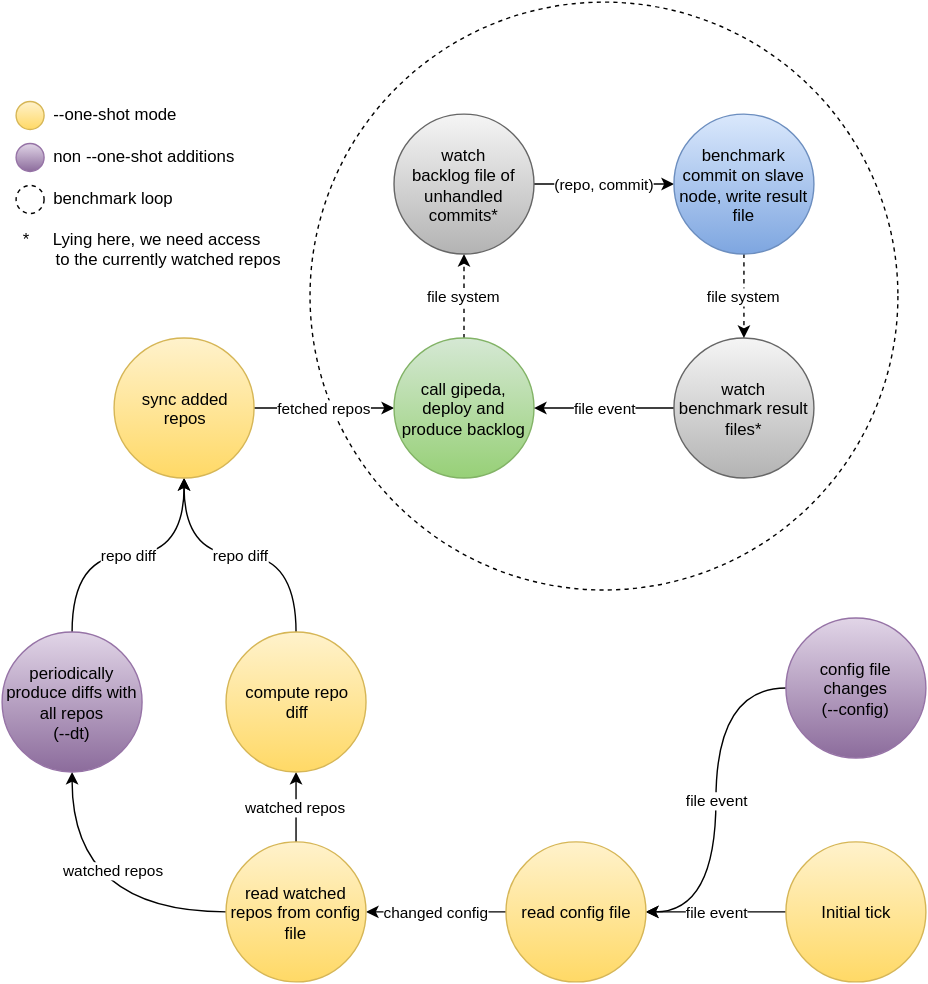
The draw.io diagram docs/images/master.svg in sgraf812/feed-gipeda, before a commit. Source tidied: cells renumbered, new cells last; positions are measured from the earlier drawing's top-left corner, leaving out a move shared by most shapes. The source it was exported from:
```xml
<mxGraphModel background="#ffffff">
  <root>
    <mxCell id="0" />
    <mxCell id="1" parent="0" />
    <mxCell id="2" style="ellipse;whiteSpace=wrap;html=1;fillColor=#FFFFFF;dashed=1;" parent="1" vertex="1">
      <mxGeometry x="220" width="420" height="420" as="geometry" />
    </mxCell>
    <mxCell id="3" value="file event" style="edgeStyle=orthogonalEdgeStyle;curved=1;rounded=0;html=1;exitX=0;exitY=0.5;entryX=1;entryY=0.5;jettySize=auto;" parent="1" edge="1" source="4" target="8">
      <mxGeometry relative="1" as="geometry" />
    </mxCell>
    <mxCell id="4" value="config file changes&lt;div&gt;(--config)&lt;/div&gt;" style="ellipse;whiteSpace=wrap;html=1;plain-purple;" parent="1" vertex="1">
      <mxGeometry x="560" y="440" width="100" height="100" as="geometry" />
    </mxCell>
    <mxCell id="5" value="file event" style="edgeStyle=orthogonalEdgeStyle;curved=1;rounded=0;html=1;exitX=0;exitY=0.5;entryX=1;entryY=0.5;jettySize=auto;" parent="1" edge="1" source="6" target="8">
      <mxGeometry relative="1" as="geometry" />
    </mxCell>
    <mxCell id="6" value="Initial tick" style="ellipse;whiteSpace=wrap;html=1;plain-yellow;" parent="1" vertex="1">
      <mxGeometry x="560" y="600" width="100" height="100" as="geometry" />
    </mxCell>
    <mxCell id="7" value="changed config" style="edgeStyle=orthogonalEdgeStyle;curved=1;rounded=0;html=1;exitX=0;exitY=0.5;entryX=1;entryY=0.5;jettySize=auto;" parent="1" edge="1" source="8" target="11">
      <mxGeometry relative="1" as="geometry" />
    </mxCell>
    <mxCell id="8" value="read config file" style="ellipse;whiteSpace=wrap;html=1;plain-yellow;" parent="1" vertex="1">
      <mxGeometry x="360" y="600" width="100" height="100" as="geometry" />
    </mxCell>
    <mxCell id="9" value="watched repos" style="edgeStyle=orthogonalEdgeStyle;curved=1;rounded=0;html=1;exitX=0.5;exitY=0;entryX=0.5;entryY=1;jettySize=auto;" parent="1" edge="1" source="11" target="13">
      <mxGeometry relative="1" as="geometry" />
    </mxCell>
    <mxCell id="10" value="watched repos" style="edgeStyle=orthogonalEdgeStyle;curved=1;rounded=0;html=1;exitX=0;exitY=0.5;entryX=0.5;entryY=1;jettySize=auto;" parent="1" edge="1" source="11" target="15">
      <mxGeometry x="-0.24" y="-30" relative="1" as="geometry" />
    </mxCell>
    <mxCell id="11" value="read watched repos from config file" style="ellipse;whiteSpace=wrap;html=1;plain-yellow;" parent="1" vertex="1">
      <mxGeometry x="160" y="600" width="100" height="100" as="geometry" />
    </mxCell>
    <mxCell id="12" value="repo diff" style="edgeStyle=orthogonalEdgeStyle;curved=1;rounded=0;html=1;exitX=0.5;exitY=0;entryX=0.5;entryY=1;jettySize=auto;" parent="1" edge="1" source="13" target="17">
      <mxGeometry relative="1" as="geometry" />
    </mxCell>
    <mxCell id="13" value="compute repo&lt;br&gt;diff" style="ellipse;whiteSpace=wrap;html=1;plain-yellow;" parent="1" vertex="1">
      <mxGeometry x="160" y="450" width="100" height="100" as="geometry" />
    </mxCell>
    <mxCell id="14" value="repo diff" style="edgeStyle=orthogonalEdgeStyle;curved=1;rounded=0;html=1;exitX=0.5;exitY=0;jettySize=auto;entryX=0.5;entryY=1;" parent="1" edge="1" source="15" target="17">
      <mxGeometry relative="1" as="geometry">
        <Array as="points">
          <mxPoint x="50" y="395" />
          <mxPoint x="130" y="395" />
        </Array>
      </mxGeometry>
    </mxCell>
    <mxCell id="15" value="periodically produce diffs with all repos&lt;div&gt;(--dt)&lt;/div&gt;" style="ellipse;whiteSpace=wrap;html=1;plain-purple;" parent="1" vertex="1">
      <mxGeometry y="450" width="100" height="100" as="geometry" />
    </mxCell>
    <mxCell id="16" value="fetched repos" style="edgeStyle=orthogonalEdgeStyle;curved=1;rounded=0;html=1;exitX=1;exitY=0.5;entryX=0;entryY=0.5;jettySize=auto;" parent="1" edge="1" source="17" target="19">
      <mxGeometry relative="1" as="geometry" />
    </mxCell>
    <mxCell id="17" value="sync added&lt;br&gt;repos" style="ellipse;whiteSpace=wrap;html=1;plain-yellow;" parent="1" vertex="1">
      <mxGeometry x="80" y="240" width="100" height="100" as="geometry" />
    </mxCell>
    <mxCell id="18" value="file system" style="edgeStyle=orthogonalEdgeStyle;curved=1;rounded=0;html=1;exitX=0.5;exitY=0;entryX=0.5;entryY=1;jettySize=auto;dashed=1;" parent="1" edge="1" source="19" target="23">
      <mxGeometry relative="1" as="geometry" />
    </mxCell>
    <mxCell id="19" value="call gipeda, deploy and produce backlog" style="ellipse;whiteSpace=wrap;html=1;plain-green;" parent="1" vertex="1">
      <mxGeometry x="280" y="240" width="100" height="100" as="geometry" />
    </mxCell>
    <mxCell id="20" value="file event" style="edgeStyle=orthogonalEdgeStyle;curved=1;rounded=0;html=1;exitX=0;exitY=0.5;entryX=1;entryY=0.5;jettySize=auto;" parent="1" edge="1" source="21" target="19">
      <mxGeometry relative="1" as="geometry" />
    </mxCell>
    <mxCell id="21" value="watch&lt;div&gt;benchmark result files*&lt;/div&gt;" style="ellipse;whiteSpace=wrap;html=1;plain-gray;" parent="1" vertex="1">
      <mxGeometry x="480" y="240" width="100" height="100" as="geometry" />
    </mxCell>
    <mxCell id="22" value="(repo, commit)" style="edgeStyle=orthogonalEdgeStyle;curved=1;rounded=0;html=1;exitX=1;exitY=0.5;entryX=0;entryY=0.5;jettySize=auto;" parent="1" edge="1" source="23" target="25">
      <mxGeometry relative="1" as="geometry" />
    </mxCell>
    <mxCell id="23" value="watch&lt;div&gt;backlog file of unhandled commits*&lt;/div&gt;" style="ellipse;whiteSpace=wrap;html=1;plain-gray;" parent="1" vertex="1">
      <mxGeometry x="280" y="80" width="100" height="100" as="geometry" />
    </mxCell>
    <mxCell id="24" value="file system" style="edgeStyle=orthogonalEdgeStyle;curved=1;rounded=0;html=1;exitX=0.5;exitY=1;dashed=1;jettySize=auto;" parent="1" edge="1" source="25" target="21">
      <mxGeometry relative="1" as="geometry" />
    </mxCell>
    <mxCell id="25" value="benchmark commit on slave node, write result file" style="ellipse;whiteSpace=wrap;html=1;plain-blue;" parent="1" vertex="1">
      <mxGeometry x="480" y="80" width="100" height="100" as="geometry" />
    </mxCell>
    <mxCell id="26" style="ellipse;whiteSpace=wrap;html=1;plain-yellow;" parent="1" vertex="1">
      <mxGeometry x="10" y="71" width="20" height="20" as="geometry" />
    </mxCell>
    <mxCell id="27" value="--one-shot mode" style="text;html=1;align=left;verticalAlign=top;spacingTop=-4;" parent="1" vertex="1">
      <mxGeometry x="35" y="71" width="110" height="20" as="geometry" />
    </mxCell>
    <mxCell id="28" style="ellipse;whiteSpace=wrap;html=1;plain-purple;" parent="1" vertex="1">
      <mxGeometry x="10" y="101" width="20" height="20" as="geometry" />
    </mxCell>
    <mxCell id="29" value="non --one-shot additions" style="text;html=1;align=left;verticalAlign=top;spacingTop=-4;" parent="1" vertex="1">
      <mxGeometry x="35" y="101" width="150" height="20" as="geometry" />
    </mxCell>
    <mxCell id="30" style="ellipse;whiteSpace=wrap;html=1;fillColor=#ffffff;strokeColor=#000000;dashed=1;" parent="1" vertex="1">
      <mxGeometry x="10" y="131" width="20" height="20" as="geometry" />
    </mxCell>
    <mxCell id="31" value="benchmark loop" style="text;html=1;align=left;verticalAlign=top;spacingTop=-4;" parent="1" vertex="1">
      <mxGeometry x="35" y="131" width="100" height="20" as="geometry" />
    </mxCell>
    <mxCell id="32" value="&amp;nbsp;* &amp;nbsp; &amp;nbsp; Lying here, we need access&amp;nbsp;&lt;div&gt;&amp;nbsp; &amp;nbsp; &amp;nbsp; &amp;nbsp; to the currently watched repos&lt;/div&gt;" style="text;html=1;align=left;verticalAlign=top;spacingTop=-4;" parent="1" vertex="1">
      <mxGeometry x="10" y="160" width="200" height="30" as="geometry" />
    </mxCell>
  </root>
</mxGraphModel>
```
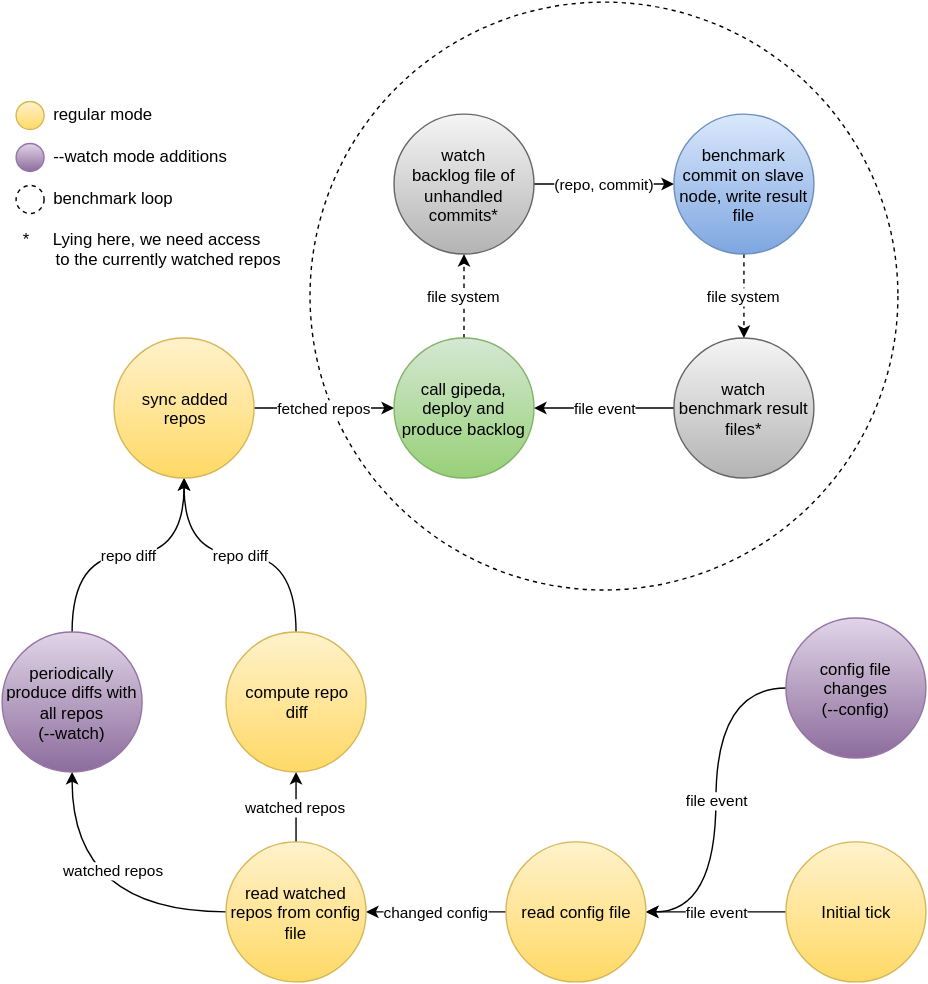
After the change.

Commit message:
Updated the master.svg to reflect the CLI change

Change to the diagram source:
```diff
@@ -46,7 +46,7 @@
         </Array>
       </mxGeometry>
     </mxCell>
-    <mxCell id="15" value="periodically produce diffs with all repos&lt;div&gt;(--dt)&lt;/div&gt;" style="ellipse;whiteSpace=wrap;html=1;plain-purple;" parent="1" vertex="1">
+    <mxCell id="15" value="periodically produce diffs with all repos&lt;div&gt;(--watch)&lt;/div&gt;" style="ellipse;whiteSpace=wrap;html=1;plain-purple;" parent="1" vertex="1">
       <mxGeometry y="450" width="100" height="100" as="geometry" />
     </mxCell>
     <mxCell id="16" value="fetched repos" style="edgeStyle=orthogonalEdgeStyle;curved=1;rounded=0;html=1;exitX=1;exitY=0.5;entryX=0;entryY=0.5;jettySize=auto;" parent="1" edge="1" source="17" target="19">
@@ -82,14 +82,14 @@
     <mxCell id="26" style="ellipse;whiteSpace=wrap;html=1;plain-yellow;" parent="1" vertex="1">
       <mxGeometry x="10" y="71" width="20" height="20" as="geometry" />
     </mxCell>
-    <mxCell id="27" value="--one-shot mode" style="text;html=1;align=left;verticalAlign=top;spacingTop=-4;" parent="1" vertex="1">
-      <mxGeometry x="35" y="71" width="110" height="20" as="geometry" />
+    <mxCell id="27" value="regular mode" style="text;html=1;align=left;verticalAlign=top;spacingTop=-4;" parent="1" vertex="1">
+      <mxGeometry x="35" y="71" width="90" height="20" as="geometry" />
     </mxCell>
     <mxCell id="28" style="ellipse;whiteSpace=wrap;html=1;plain-purple;" parent="1" vertex="1">
       <mxGeometry x="10" y="101" width="20" height="20" as="geometry" />
     </mxCell>
-    <mxCell id="29" value="non --one-shot additions" style="text;html=1;align=left;verticalAlign=top;spacingTop=-4;" parent="1" vertex="1">
-      <mxGeometry x="35" y="101" width="150" height="20" as="geometry" />
+    <mxCell id="29" value="--watch mode additions" style="text;html=1;align=left;verticalAlign=top;spacingTop=-4;" parent="1" vertex="1">
+      <mxGeometry x="35" y="101" width="140" height="20" as="geometry" />
     </mxCell>
     <mxCell id="30" style="ellipse;whiteSpace=wrap;html=1;fillColor=#ffffff;strokeColor=#000000;dashed=1;" parent="1" vertex="1">
       <mxGeometry x="10" y="131" width="20" height="20" as="geometry" />
```
